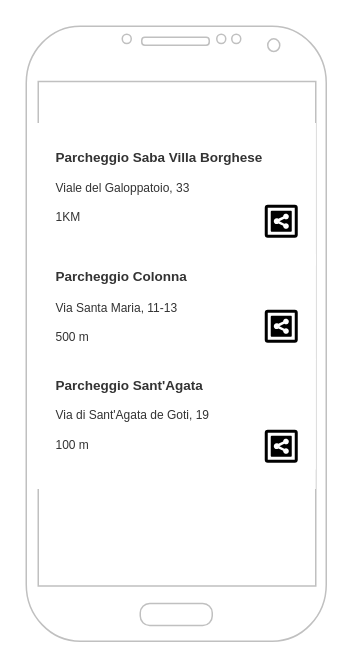
The draw.io diagram wireframe.drawio in robertamora/2020-21-webdesign-verifica, before the edit. Source tidied: cells renumbered, new cells numbered last; positions are measured from the earlier drawing's top-left corner, leaving out a move shared by most shapes. Both pictures are drawn from the tidied source at 150%, with x=0, y=0 at pixel (26, 26). Pictures stored in the file or linked from it are replaced by grey dashed boxes.
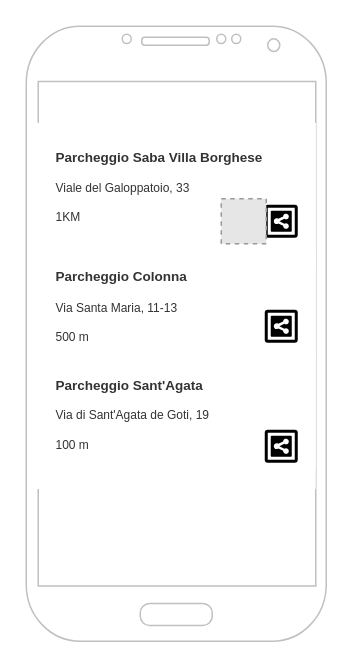
After the change.

Change to the diagram source:
```diff
@@
 <mxGraphModel>
   <root>
     <mxCell id="0" />
     <mxCell id="1" parent="0" />
     <mxCell id="2" style="verticalLabelPosition=bottom;verticalAlign=top;html=1;shadow=0;dashed=0;strokeWidth=1;shape=mxgraph.android.phone2;strokeColor=#c0c0c0;" parent="1" vertex="1">
       <mxGeometry width="200" height="410" as="geometry" />
     </mxCell>
     <mxCell id="3" style="strokeWidth=1;html=1;shadow=0;dashed=0;shape=mxgraph.android.rrect;rSize=0;strokeColor=#FFFFFF;" parent="1" vertex="1">
       <mxGeometry x="7.5" y="65" width="185" height="243" as="geometry" />
     </mxCell>
     <mxCell id="4" value="&lt;b&gt;&lt;font style=&quot;font-size: 9px&quot;&gt;Parcheggio Saba Villa Borghese&lt;br&gt;&lt;/font&gt;&lt;/b&gt;&lt;br&gt;Viale del Galoppatoio, 33&amp;nbsp;&lt;br&gt;&lt;br&gt;1KM&lt;br&gt;&lt;div style=&quot;text-align: center&quot;&gt;&lt;br&gt;&lt;/div&gt;" style="strokeColor=inherit;fillColor=inherit;gradientColor=inherit;strokeWidth=1;html=1;shadow=0;dashed=0;shape=mxgraph.android.rrect;rSize=0;align=left;spacingLeft=10;fontSize=8;fontColor=#333333;" parent="3" vertex="1">
       <mxGeometry width="185" height="94.3" as="geometry" />
     </mxCell>
     <mxCell id="5" value="&lt;b style=&quot;font-size: 9px&quot;&gt;Parcheggio Colonna&lt;br&gt;&lt;br&gt;&lt;/b&gt;Via Santa Maria, 11-13&lt;br&gt;&lt;br&gt;500 m" style="strokeColor=inherit;fillColor=inherit;gradientColor=inherit;strokeWidth=1;html=1;shadow=0;dashed=0;shape=mxgraph.android.rrect;rSize=0;align=left;spacingLeft=10;fontSize=8;fontColor=#333333;" parent="3" vertex="1">
       <mxGeometry y="87.3" width="185" height="69.8" as="geometry" />
     </mxCell>
     <mxCell id="6" value="&lt;b&gt;&lt;font style=&quot;font-size: 9px&quot;&gt;Parcheggio Sant'Agata&lt;br&gt;&lt;/font&gt;&lt;/b&gt;&lt;br&gt;Via di Sant'Agata de Goti, 19&amp;nbsp;&lt;br&gt;&lt;br&gt;100 m" style="strokeColor=inherit;fillColor=inherit;gradientColor=inherit;strokeWidth=1;html=1;shadow=0;dashed=0;shape=mxgraph.android.rrect;rSize=0;align=left;spacingLeft=10;fontSize=8;fontColor=#333333;" parent="3" vertex="1">
       <mxGeometry y="157.1" width="185" height="72.9" as="geometry" />
     </mxCell>
     <mxCell id="7" style="verticalLabelPosition=bottom;shadow=0;dashed=0;verticalAlign=top;strokeWidth=2;html=1;shape=mxgraph.mockup.misc.shareIcon;" parent="3" vertex="1">
       <mxGeometry x="152.5" y="55" width="20" height="20" as="geometry" />
     </mxCell>
     <mxCell id="8" style="verticalLabelPosition=bottom;shadow=0;dashed=0;verticalAlign=top;strokeWidth=2;html=1;shape=mxgraph.mockup.misc.shareIcon;" parent="3" vertex="1">
       <mxGeometry x="152.5" y="125" width="20" height="20" as="geometry" />
     </mxCell>
     <mxCell id="9" style="verticalLabelPosition=bottom;shadow=0;dashed=0;verticalAlign=top;strokeWidth=2;html=1;shape=mxgraph.mockup.misc.shareIcon;" parent="3" vertex="1">
       <mxGeometry x="152.5" y="205" width="20" height="20" as="geometry" />
     </mxCell>
+    <mxCell id="10" style="fillColor=#E6E6E6;strokeColor=#999999;dashed=1;html=1;verticalAlign=top;verticalLabelPosition=bottom;labelBackgroundColor=#ffffff;rotation=-180;" parent="3" vertex="1">
+      <mxGeometry x="122.5" y="50" width="30" height="30" as="geometry" />
+    </mxCell>
   </root>
 </mxGraphModel>
```
